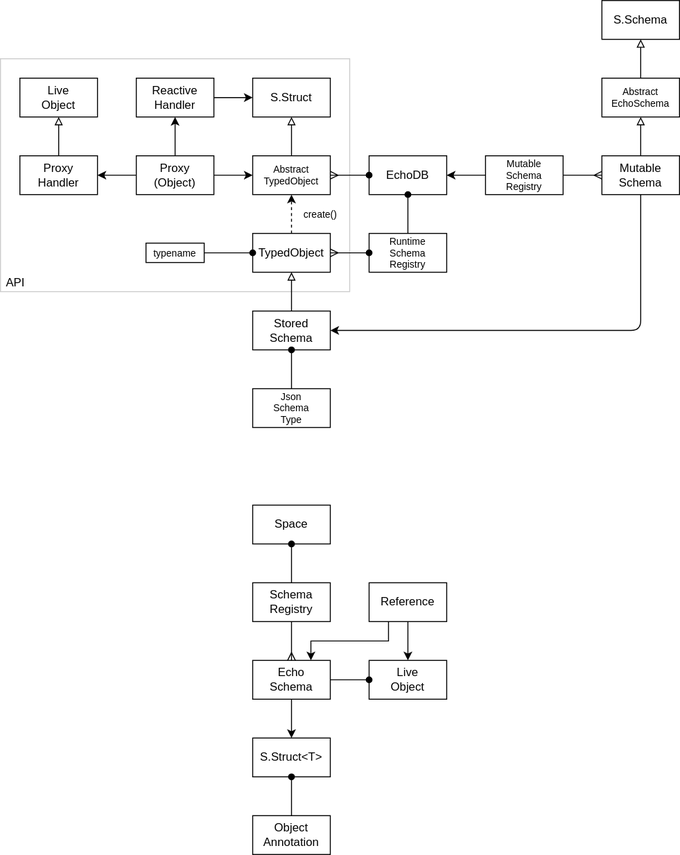
dxos/dxos keeps this draw.io diagram as packages/core/echo/echo-schema/docs/schema.drawio.svg. Above is the earlier version. Source tidied: cells renumbered, new cells last; positions are measured from the earlier drawing's top-left corner, leaving out a move shared by most shapes.
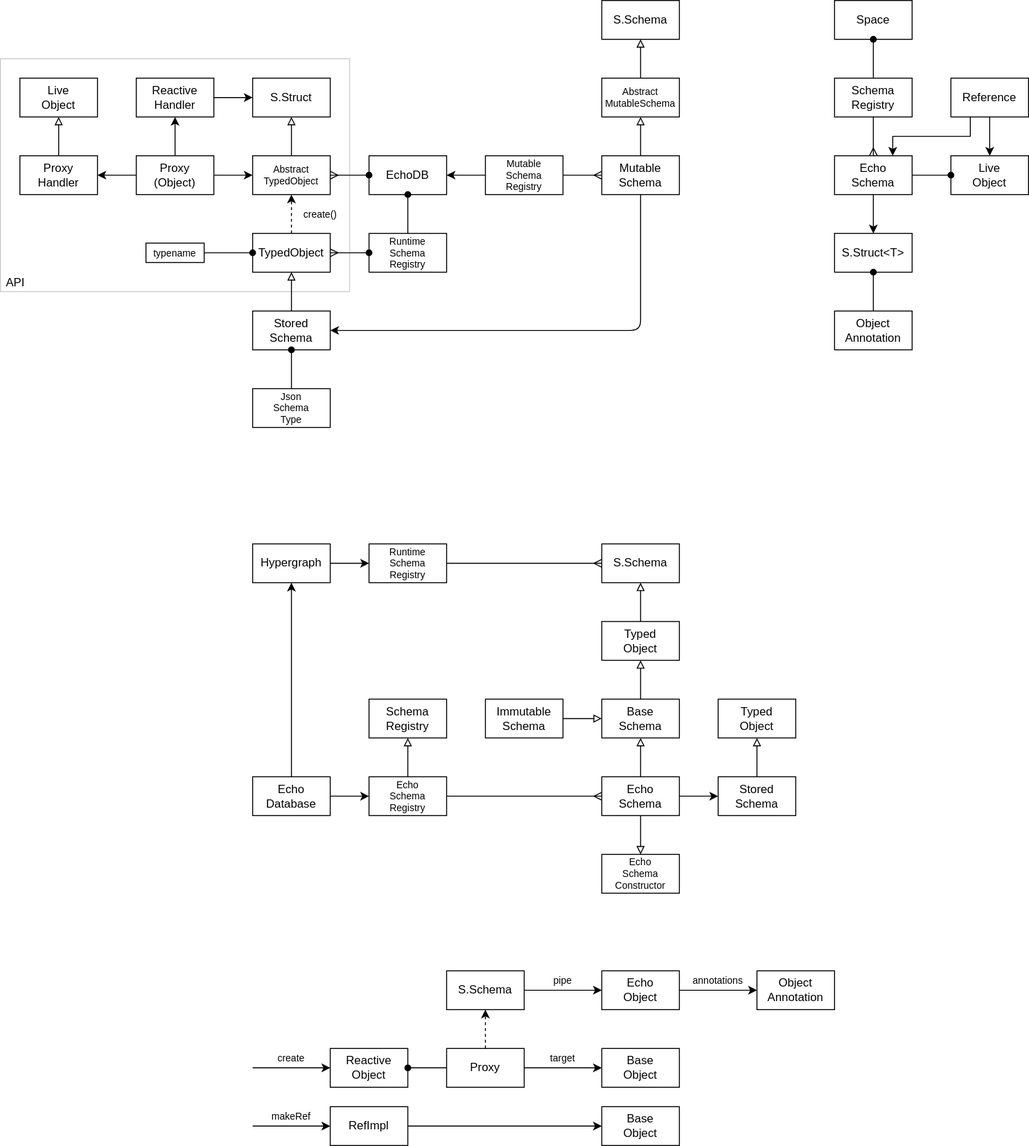
The same diagram one commit later.

The edit, as a diff of the source:
```diff
@@ -117,34 +117,34 @@
     <mxCell id="38" style="edgeStyle=none;html=1;exitX=0.25;exitY=1;exitDx=0;exitDy=0;entryX=0.75;entryY=0;entryDx=0;entryDy=0;rounded=0;" parent="1" edge="1" source="39" target="43">
       <mxGeometry relative="1" as="geometry">
         <Array as="points">
-          <mxPoint x="400" y="660" />
-          <mxPoint x="320" y="660" />
+          <mxPoint x="1000" y="140" />
+          <mxPoint x="920" y="140" />
         </Array>
       </mxGeometry>
     </mxCell>
     <mxCell id="39" value="Reference" style="rounded=0;whiteSpace=wrap;html=1;" parent="1" vertex="1">
-      <mxGeometry x="380" y="600" width="80" height="40" as="geometry" />
+      <mxGeometry x="980" y="80" width="80" height="40" as="geometry" />
     </mxCell>
     <mxCell id="40" style="edgeStyle=none;html=1;exitX=0.5;exitY=1;exitDx=0;exitDy=0;endArrow=ERmany;endFill=0;" parent="1" edge="1" source="41" target="43">
       <mxGeometry relative="1" as="geometry" />
     </mxCell>
     <mxCell id="41" value="Schema&lt;br&gt;Registry" style="rounded=0;whiteSpace=wrap;html=1;" parent="1" vertex="1">
-      <mxGeometry x="260" y="600" width="80" height="40" as="geometry" />
+      <mxGeometry x="860" y="80" width="80" height="40" as="geometry" />
     </mxCell>
     <mxCell id="42" style="edgeStyle=none;html=1;exitX=0.5;exitY=1;exitDx=0;exitDy=0;" parent="1" edge="1" source="43" target="44">
       <mxGeometry relative="1" as="geometry" />
     </mxCell>
     <mxCell id="43" value="Echo&lt;br&gt;Schema" style="rounded=0;whiteSpace=wrap;html=1;" parent="1" vertex="1">
-      <mxGeometry x="260" y="680" width="80" height="40" as="geometry" />
+      <mxGeometry x="860" y="160" width="80" height="40" as="geometry" />
     </mxCell>
     <mxCell id="44" value="S.Struct&amp;lt;T&amp;gt;" style="rounded=0;whiteSpace=wrap;html=1;" parent="1" vertex="1">
-      <mxGeometry x="260" y="760" width="80" height="40" as="geometry" />
+      <mxGeometry x="860" y="240" width="80" height="40" as="geometry" />
     </mxCell>
     <mxCell id="45" value="Object&lt;br&gt;Annotation" style="rounded=0;whiteSpace=wrap;html=1;" parent="1" vertex="1">
-      <mxGeometry x="260" y="840" width="80" height="40" as="geometry" />
+      <mxGeometry x="860" y="320" width="80" height="40" as="geometry" />
     </mxCell>
     <mxCell id="46" value="Space" style="rounded=0;whiteSpace=wrap;html=1;" parent="1" vertex="1">
-      <mxGeometry x="260" y="520" width="80" height="40" as="geometry" />
+      <mxGeometry x="860" width="80" height="40" as="geometry" />
     </mxCell>
     <mxCell id="47" style="edgeStyle=none;html=1;endArrow=none;endFill=0;startArrow=oval;startFill=1;" parent="1" edge="1" source="44" target="45">
       <mxGeometry relative="1" as="geometry" />
@@ -153,7 +153,7 @@
       <mxGeometry relative="1" as="geometry" />
     </mxCell>
     <mxCell id="49" value="Live&lt;br&gt;Object" style="rounded=0;whiteSpace=wrap;html=1;" parent="1" vertex="1">
-      <mxGeometry x="380" y="680" width="80" height="40" as="geometry" />
+      <mxGeometry x="980" y="160" width="80" height="40" as="geometry" />
     </mxCell>
     <mxCell id="50" style="edgeStyle=none;html=1;exitX=0;exitY=0.5;exitDx=0;exitDy=0;startArrow=oval;startFill=1;endArrow=none;endFill=0;" parent="1" edge="1" source="49" target="43">
       <mxGeometry relative="1" as="geometry" />
@@ -161,5 +161,150 @@
     <mxCell id="51" style="edgeStyle=none;html=1;" parent="1" edge="1" source="39" target="49">
       <mxGeometry relative="1" as="geometry" />
     </mxCell>
+    <mxCell id="52" style="edgeStyle=none;html=1;exitX=0.5;exitY=0;exitDx=0;exitDy=0;endArrow=block;endFill=0;" parent="1" edge="1" source="55" target="57">
+      <mxGeometry relative="1" as="geometry" />
+    </mxCell>
+    <mxCell id="53" style="edgeStyle=none;html=1;endArrow=block;endFill=0;" parent="1" edge="1" source="55" target="63">
+      <mxGeometry relative="1" as="geometry" />
+    </mxCell>
+    <mxCell id="54" style="edgeStyle=none;html=1;exitX=1;exitY=0.5;exitDx=0;exitDy=0;" parent="1" edge="1" source="55" target="76">
+      <mxGeometry relative="1" as="geometry" />
+    </mxCell>
+    <mxCell id="55" value="Echo&lt;br&gt;Schema" style="rounded=0;whiteSpace=wrap;html=1;" parent="1" vertex="1">
+      <mxGeometry x="620" y="800" width="80" height="40" as="geometry" />
+    </mxCell>
+    <mxCell id="56" style="edgeStyle=none;html=1;exitX=0.5;exitY=0;exitDx=0;exitDy=0;endArrow=block;endFill=0;" parent="1" edge="1" source="57" target="59">
+      <mxGeometry relative="1" as="geometry">
+        <Array as="points">
+          <mxPoint x="660" y="700" />
+        </Array>
+      </mxGeometry>
+    </mxCell>
+    <mxCell id="57" value="Base&lt;br&gt;Schema" style="rounded=0;whiteSpace=wrap;html=1;" parent="1" vertex="1">
+      <mxGeometry x="620" y="720" width="80" height="40" as="geometry" />
+    </mxCell>
+    <mxCell id="58" style="edgeStyle=none;html=1;exitX=0.5;exitY=0;exitDx=0;exitDy=0;endArrow=block;endFill=0;" parent="1" edge="1" source="59" target="60">
+      <mxGeometry relative="1" as="geometry" />
+    </mxCell>
+    <mxCell id="59" value="Typed&lt;br&gt;Object" style="rounded=0;whiteSpace=wrap;html=1;" parent="1" vertex="1">
+      <mxGeometry x="620" y="640" width="80" height="40" as="geometry" />
+    </mxCell>
+    <mxCell id="60" value="S.Schema" style="rounded=0;whiteSpace=wrap;html=1;" parent="1" vertex="1">
+      <mxGeometry x="620" y="560" width="80" height="40" as="geometry" />
+    </mxCell>
+    <mxCell id="61" value="Immutable&lt;br&gt;Schema" style="rounded=0;whiteSpace=wrap;html=1;" parent="1" vertex="1">
+      <mxGeometry x="500" y="720" width="80" height="40" as="geometry" />
+    </mxCell>
+    <mxCell id="62" style="edgeStyle=none;html=1;endArrow=block;endFill=0;" parent="1" edge="1" source="61" target="57">
+      <mxGeometry relative="1" as="geometry" />
+    </mxCell>
+    <mxCell id="63" value="Echo&lt;br&gt;Schema&lt;br&gt;Constructor" style="rounded=0;whiteSpace=wrap;html=1;fontSize=10;" parent="1" vertex="1">
+      <mxGeometry x="620" y="880" width="80" height="40" as="geometry" />
+    </mxCell>
+    <mxCell id="64" style="edgeStyle=none;html=1;exitX=1;exitY=0.5;exitDx=0;exitDy=0;endArrow=ERmany;endFill=0;" parent="1" edge="1" source="65" target="60">
+      <mxGeometry relative="1" as="geometry" />
+    </mxCell>
+    <mxCell id="65" value="Runtime&lt;br&gt;Schema&lt;br&gt;Registry" style="rounded=0;whiteSpace=wrap;html=1;fontSize=10;" parent="1" vertex="1">
+      <mxGeometry x="380" y="560" width="80" height="40" as="geometry" />
+    </mxCell>
+    <mxCell id="66" style="edgeStyle=none;html=1;exitX=0.5;exitY=0;exitDx=0;exitDy=0;endArrow=block;endFill=0;" parent="1" edge="1" source="68" target="69">
+      <mxGeometry relative="1" as="geometry" />
+    </mxCell>
+    <mxCell id="67" style="edgeStyle=none;html=1;exitX=1;exitY=0.5;exitDx=0;exitDy=0;endArrow=ERmany;endFill=0;" parent="1" edge="1" source="68" target="55">
+      <mxGeometry relative="1" as="geometry" />
+    </mxCell>
+    <mxCell id="68" value="Echo&lt;br&gt;Schema&lt;br&gt;Registry" style="rounded=0;whiteSpace=wrap;html=1;fontSize=10;" parent="1" vertex="1">
+      <mxGeometry x="380" y="800" width="80" height="40" as="geometry" />
+    </mxCell>
+    <mxCell id="69" value="Schema&lt;br&gt;Registry" style="rounded=0;whiteSpace=wrap;html=1;fontSize=12;" parent="1" vertex="1">
+      <mxGeometry x="380" y="720" width="80" height="40" as="geometry" />
+    </mxCell>
+    <mxCell id="70" style="edgeStyle=none;html=1;exitX=1;exitY=0.5;exitDx=0;exitDy=0;" parent="1" edge="1" source="72" target="68">
+      <mxGeometry relative="1" as="geometry" />
+    </mxCell>
+    <mxCell id="71" style="edgeStyle=none;html=1;exitX=0.5;exitY=0;exitDx=0;exitDy=0;" parent="1" edge="1" source="72" target="74">
+      <mxGeometry relative="1" as="geometry" />
+    </mxCell>
+    <mxCell id="72" value="Echo&lt;div&gt;Database&lt;/div&gt;" style="rounded=0;whiteSpace=wrap;html=1;fontSize=12;" parent="1" vertex="1">
+      <mxGeometry x="260" y="800" width="80" height="40" as="geometry" />
+    </mxCell>
+    <mxCell id="73" style="edgeStyle=none;html=1;exitX=1;exitY=0.5;exitDx=0;exitDy=0;" parent="1" edge="1" source="74" target="65">
+      <mxGeometry relative="1" as="geometry" />
+    </mxCell>
+    <mxCell id="74" value="Hypergraph" style="rounded=0;whiteSpace=wrap;html=1;fontSize=12;" parent="1" vertex="1">
+      <mxGeometry x="260" y="560" width="80" height="40" as="geometry" />
+    </mxCell>
+    <mxCell id="75" style="edgeStyle=none;html=1;endArrow=block;endFill=0;" parent="1" edge="1" source="76" target="77">
+      <mxGeometry relative="1" as="geometry" />
+    </mxCell>
+    <mxCell id="76" value="Stored&lt;br&gt;Schema" style="rounded=0;whiteSpace=wrap;html=1;" parent="1" vertex="1">
+      <mxGeometry x="740" y="800" width="80" height="40" as="geometry" />
+    </mxCell>
+    <mxCell id="77" value="Typed&lt;br&gt;Object" style="rounded=0;whiteSpace=wrap;html=1;" parent="1" vertex="1">
+      <mxGeometry x="740" y="720" width="80" height="40" as="geometry" />
+    </mxCell>
+    <mxCell id="78" style="edgeStyle=none;html=1;" parent="1" edge="1" source="91" target="89">
+      <mxGeometry relative="1" as="geometry" />
+    </mxCell>
+    <mxCell id="79" value="Reactive&lt;br&gt;Object" style="rounded=0;whiteSpace=wrap;html=1;fontSize=12;" parent="1" vertex="1">
+      <mxGeometry x="340" y="1080" width="80" height="40" as="geometry" />
+    </mxCell>
+    <mxCell id="80" style="edgeStyle=none;html=1;exitX=1;exitY=0.5;exitDx=0;exitDy=0;" parent="1" edge="1" source="81" target="82">
+      <mxGeometry relative="1" as="geometry" />
+    </mxCell>
+    <mxCell id="81" value="Echo&lt;div&gt;Object&lt;/div&gt;" style="rounded=0;whiteSpace=wrap;html=1;fontSize=12;" parent="1" vertex="1">
+      <mxGeometry x="620" y="1000" width="80" height="40" as="geometry" />
+    </mxCell>
+    <mxCell id="82" value="Object&lt;br&gt;Annotation" style="rounded=0;whiteSpace=wrap;html=1;fontSize=12;" parent="1" vertex="1">
+      <mxGeometry x="780" y="1000" width="80" height="40" as="geometry" />
+    </mxCell>
+    <mxCell id="83" style="edgeStyle=none;html=1;exitX=0;exitY=1;exitDx=0;exitDy=0;" parent="1" edge="1" source="84" target="79">
+      <mxGeometry relative="1" as="geometry" />
+    </mxCell>
+    <mxCell id="84" value="create" style="rounded=0;whiteSpace=wrap;html=1;fontSize=10;strokeColor=none;fillColor=none;" parent="1" vertex="1">
+      <mxGeometry x="260" y="1080" width="80" height="20" as="geometry" />
+    </mxCell>
+    <mxCell id="85" style="edgeStyle=none;html=1;exitX=1;exitY=0.5;exitDx=0;exitDy=0;" parent="1" edge="1" source="86" target="92">
+      <mxGeometry relative="1" as="geometry" />
+    </mxCell>
+    <mxCell id="86" value="RefImpl" style="rounded=0;whiteSpace=wrap;html=1;fontSize=12;" parent="1" vertex="1">
+      <mxGeometry x="340" y="1140" width="80" height="40" as="geometry" />
+    </mxCell>
+    <mxCell id="87" style="edgeStyle=none;html=1;exitX=0;exitY=1;exitDx=0;exitDy=0;" parent="1" edge="1" source="88" target="86">
+      <mxGeometry relative="1" as="geometry" />
+    </mxCell>
+    <mxCell id="88" value="makeRef" style="rounded=0;whiteSpace=wrap;html=1;fontSize=10;strokeColor=none;fillColor=none;" parent="1" vertex="1">
+      <mxGeometry x="260" y="1140" width="80" height="20" as="geometry" />
+    </mxCell>
+    <mxCell id="89" value="Base&lt;br&gt;Object" style="rounded=0;whiteSpace=wrap;html=1;fontSize=12;" parent="1" vertex="1">
+      <mxGeometry x="620" y="1080" width="80" height="40" as="geometry" />
+    </mxCell>
+    <mxCell id="90" style="edgeStyle=none;html=1;exitX=0.5;exitY=0;exitDx=0;exitDy=0;dashed=1;" parent="1" edge="1" source="91" target="94">
+      <mxGeometry relative="1" as="geometry" />
+    </mxCell>
+    <mxCell id="91" value="Proxy" style="rounded=0;whiteSpace=wrap;html=1;fontSize=12;" parent="1" vertex="1">
+      <mxGeometry x="460" y="1080" width="80" height="40" as="geometry" />
+    </mxCell>
+    <mxCell id="92" value="Base&lt;br&gt;Object" style="rounded=0;whiteSpace=wrap;html=1;fontSize=12;" parent="1" vertex="1">
+      <mxGeometry x="620" y="1140" width="80" height="40" as="geometry" />
+    </mxCell>
+    <mxCell id="93" style="edgeStyle=none;html=1;exitX=1;exitY=0.5;exitDx=0;exitDy=0;" parent="1" edge="1" source="94" target="81">
+      <mxGeometry relative="1" as="geometry" />
+    </mxCell>
+    <mxCell id="94" value="S.Schema" style="rounded=0;whiteSpace=wrap;html=1;" parent="1" vertex="1">
+      <mxGeometry x="460" y="1000" width="80" height="40" as="geometry" />
+    </mxCell>
+    <mxCell id="95" value="pipe" style="rounded=0;whiteSpace=wrap;html=1;fontSize=10;strokeColor=none;fillColor=none;" parent="1" vertex="1">
+      <mxGeometry x="540" y="1000" width="80" height="20" as="geometry" />
+    </mxCell>
+    <mxCell id="96" value="annotations" style="rounded=0;whiteSpace=wrap;html=1;fontSize=10;strokeColor=none;fillColor=none;" parent="1" vertex="1">
+      <mxGeometry x="700" y="1000" width="80" height="20" as="geometry" />
+    </mxCell>
+    <mxCell id="97" value="target" style="rounded=0;whiteSpace=wrap;html=1;fontSize=10;strokeColor=none;fillColor=none;" parent="1" vertex="1">
+      <mxGeometry x="540" y="1080" width="80" height="20" as="geometry" />
+    </mxCell>
+    <mxCell id="98" style="edgeStyle=none;html=1;exitX=1;exitY=0.5;exitDx=0;exitDy=0;endArrow=none;endFill=0;startArrow=oval;startFill=1;" parent="1" edge="1" source="79" target="91">
+      <mxGeometry relative="1" as="geometry" />
+    </mxCell>
   </root>
 </mxGraphModel>
```
